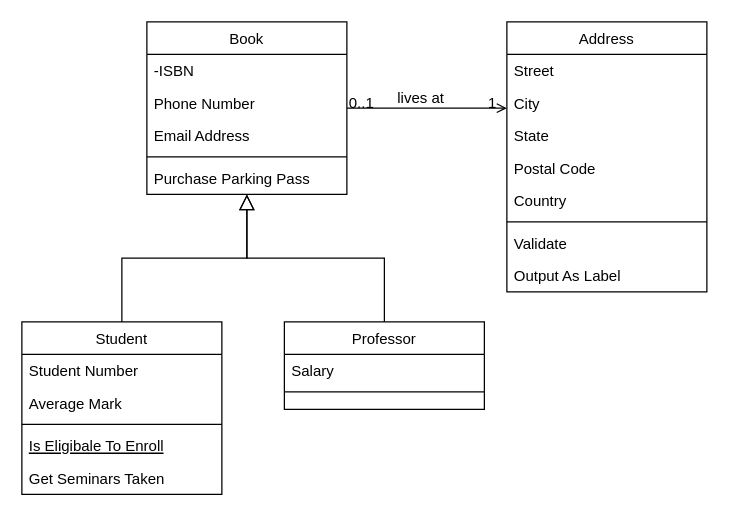
Before: Week2Q2.drawio in TanCheeHon/Week2ClassDiagram, a draw.io diagram. Source tidied: cells renumbered, new cells numbered last; positions are measured from the earlier drawing's top-left corner, leaving out a move shared by most shapes. Both pictures are drawn from the tidied source at 125%, with x=0, y=0 at pixel (21, 21).
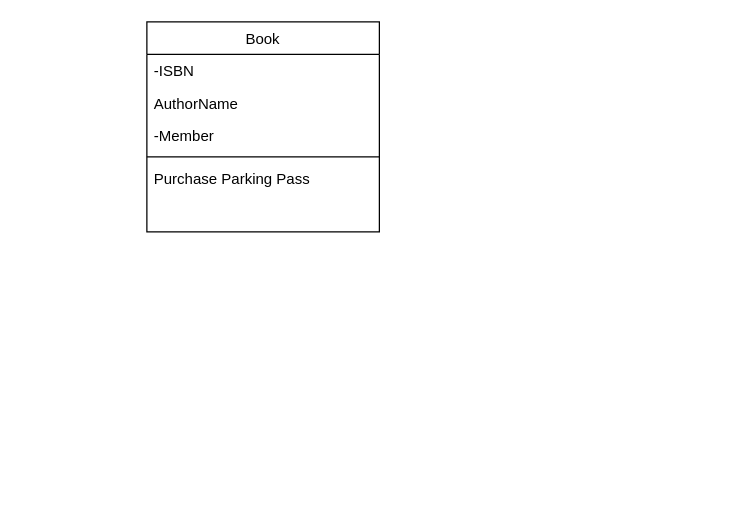
The same page after the edit.

Change to the diagram source:
```diff
@@
     <mxCell id="2" value="Book" style="swimlane;fontStyle=0;align=center;verticalAlign=top;horizontal=1;startSize=26;rounded=0;shadow=0;strokeWidth=1;" parent="1" vertex="1">
-      <mxGeometry x="100" width="160" height="138" as="geometry" />
+      <mxGeometry x="100" width="186" height="168" as="geometry" />
     </mxCell>
     <mxCell id="3" value="-ISBN" style="text;align=left;verticalAlign=top;spacingLeft=4;spacingRight=4;overflow=hidden;" parent="2" vertex="1">
-      <mxGeometry y="26" width="160" height="26" as="geometry" />
+      <mxGeometry y="26" width="186" height="26" as="geometry" />
     </mxCell>
-    <mxCell id="4" value="Phone Number" style="text;align=left;verticalAlign=top;spacingLeft=4;spacingRight=4;overflow=hidden;rounded=0;shadow=0;html=0;" parent="2" vertex="1">
-      <mxGeometry y="52" width="160" height="26" as="geometry" />
+    <mxCell id="4" value="AuthorName" style="text;align=left;verticalAlign=top;spacingLeft=4;spacingRight=4;overflow=hidden;rounded=0;shadow=0;html=0;" parent="2" vertex="1">
+      <mxGeometry y="52" width="186" height="26" as="geometry" />
     </mxCell>
-    <mxCell id="5" value="Email Address" style="text;align=left;verticalAlign=top;spacingLeft=4;spacingRight=4;overflow=hidden;rounded=0;shadow=0;html=0;" parent="2" vertex="1">
-      <mxGeometry y="78" width="160" height="26" as="geometry" />
+    <mxCell id="5" value="-Member&#10;" style="text;align=left;verticalAlign=top;spacingLeft=4;spacingRight=4;overflow=hidden;rounded=0;shadow=0;html=0;" parent="2" vertex="1">
+      <mxGeometry y="78" width="186" height="26" as="geometry" />
     </mxCell>
     <mxCell id="6" style="line;html=1;strokeWidth=1;align=left;verticalAlign=middle;spacingTop=-1;spacingLeft=3;spacingRight=3;labelPosition=right;" parent="2" vertex="1">
-      <mxGeometry y="104" width="160" height="8" as="geometry" />
+      <mxGeometry y="104" width="186" height="8" as="geometry" />
     </mxCell>
     <mxCell id="7" value="Purchase Parking Pass" style="text;align=left;verticalAlign=top;spacingLeft=4;spacingRight=4;overflow=hidden;" parent="2" vertex="1">
-      <mxGeometry y="112" width="160" height="26" as="geometry" />
+      <mxGeometry y="112" width="186" height="26" as="geometry" />
     </mxCell>
-    <mxCell id="8" value="Student" style="swimlane;fontStyle=0;align=center;verticalAlign=top;horizontal=1;startSize=26;rounded=0;shadow=0;strokeWidth=1;" parent="1" vertex="1">
-      <mxGeometry y="240" width="160" height="138" as="geometry" />
-    </mxCell>
-    <mxCell id="9" value="Student Number" style="text;align=left;verticalAlign=top;spacingLeft=4;spacingRight=4;overflow=hidden;" parent="8" vertex="1">
-      <mxGeometry y="26" width="160" height="26" as="geometry" />
-    </mxCell>
-    <mxCell id="10" value="Average Mark" style="text;align=left;verticalAlign=top;spacingLeft=4;spacingRight=4;overflow=hidden;rounded=0;shadow=0;html=0;" parent="8" vertex="1">
-      <mxGeometry y="52" width="160" height="26" as="geometry" />
-    </mxCell>
-    <mxCell id="11" style="line;html=1;strokeWidth=1;align=left;verticalAlign=middle;spacingTop=-1;spacingLeft=3;spacingRight=3;labelPosition=right;" parent="8" vertex="1">
-      <mxGeometry y="78" width="160" height="8" as="geometry" />
-    </mxCell>
-    <mxCell id="12" value="Is Eligibale To Enroll" style="text;align=left;verticalAlign=top;spacingLeft=4;spacingRight=4;overflow=hidden;fontStyle=4;" parent="8" vertex="1">
-      <mxGeometry y="86" width="160" height="26" as="geometry" />
-    </mxCell>
-    <mxCell id="13" value="Get Seminars Taken" style="text;align=left;verticalAlign=top;spacingLeft=4;spacingRight=4;overflow=hidden;" parent="8" vertex="1">
-      <mxGeometry y="112" width="160" height="26" as="geometry" />
-    </mxCell>
-    <mxCell id="14" style="endArrow=block;endSize=10;endFill=0;shadow=0;strokeWidth=1;rounded=0;edgeStyle=elbowEdgeStyle;elbow=vertical;" parent="1" edge="1" source="8" target="2">
-      <mxGeometry relative="1" as="geometry" />
-    </mxCell>
-    <mxCell id="15" value="Professor" style="swimlane;fontStyle=0;align=center;verticalAlign=top;horizontal=1;startSize=26;rounded=0;shadow=0;strokeWidth=1;" parent="1" vertex="1">
-      <mxGeometry x="210" y="240" width="160" height="70" as="geometry" />
-    </mxCell>
-    <mxCell id="16" value="Salary" style="text;align=left;verticalAlign=top;spacingLeft=4;spacingRight=4;overflow=hidden;" parent="15" vertex="1">
-      <mxGeometry y="26" width="160" height="26" as="geometry" />
-    </mxCell>
-    <mxCell id="17" style="line;html=1;strokeWidth=1;align=left;verticalAlign=middle;spacingTop=-1;spacingLeft=3;spacingRight=3;labelPosition=right;" parent="15" vertex="1">
-      <mxGeometry y="52" width="160" height="8" as="geometry" />
-    </mxCell>
-    <mxCell id="18" style="endArrow=block;endSize=10;endFill=0;shadow=0;strokeWidth=1;rounded=0;edgeStyle=elbowEdgeStyle;elbow=vertical;" parent="1" edge="1" source="15" target="2">
-      <mxGeometry relative="1" as="geometry" />
-    </mxCell>
-    <mxCell id="19" value="Address" style="swimlane;fontStyle=0;align=center;verticalAlign=top;horizontal=1;startSize=26;rounded=0;shadow=0;strokeWidth=1;" parent="1" vertex="1">
-      <mxGeometry x="388" width="160" height="216" as="geometry" />
-    </mxCell>
-    <mxCell id="20" value="Street" style="text;align=left;verticalAlign=top;spacingLeft=4;spacingRight=4;overflow=hidden;" parent="19" vertex="1">
-      <mxGeometry y="26" width="160" height="26" as="geometry" />
-    </mxCell>
-    <mxCell id="21" value="City" style="text;align=left;verticalAlign=top;spacingLeft=4;spacingRight=4;overflow=hidden;rounded=0;shadow=0;html=0;" parent="19" vertex="1">
-      <mxGeometry y="52" width="160" height="26" as="geometry" />
-    </mxCell>
-    <mxCell id="22" value="State" style="text;align=left;verticalAlign=top;spacingLeft=4;spacingRight=4;overflow=hidden;rounded=0;shadow=0;html=0;" parent="19" vertex="1">
-      <mxGeometry y="78" width="160" height="26" as="geometry" />
-    </mxCell>
-    <mxCell id="23" value="Postal Code" style="text;align=left;verticalAlign=top;spacingLeft=4;spacingRight=4;overflow=hidden;rounded=0;shadow=0;html=0;" parent="19" vertex="1">
-      <mxGeometry y="104" width="160" height="26" as="geometry" />
-    </mxCell>
-    <mxCell id="24" value="Country" style="text;align=left;verticalAlign=top;spacingLeft=4;spacingRight=4;overflow=hidden;rounded=0;shadow=0;html=0;" parent="19" vertex="1">
-      <mxGeometry y="130" width="160" height="26" as="geometry" />
-    </mxCell>
-    <mxCell id="25" style="line;html=1;strokeWidth=1;align=left;verticalAlign=middle;spacingTop=-1;spacingLeft=3;spacingRight=3;labelPosition=right;" parent="19" vertex="1">
-      <mxGeometry y="156" width="160" height="8" as="geometry" />
-    </mxCell>
-    <mxCell id="26" value="Validate" style="text;align=left;verticalAlign=top;spacingLeft=4;spacingRight=4;overflow=hidden;" parent="19" vertex="1">
-      <mxGeometry y="164" width="160" height="26" as="geometry" />
-    </mxCell>
-    <mxCell id="27" value="Output As Label" style="text;align=left;verticalAlign=top;spacingLeft=4;spacingRight=4;overflow=hidden;" parent="19" vertex="1">
-      <mxGeometry y="190" width="160" height="26" as="geometry" />
-    </mxCell>
-    <mxCell id="28" style="endArrow=open;shadow=0;strokeWidth=1;rounded=0;endFill=1;edgeStyle=elbowEdgeStyle;elbow=vertical;" parent="1" edge="1" source="2" target="19">
-      <mxGeometry x="0.5" y="41" relative="1" as="geometry">
-        <mxPoint x="-40" y="32" as="offset" />
-      </mxGeometry>
-    </mxCell>
-    <mxCell id="29" value="0..1" style="align=left;verticalAlign=bottom;labelBackgroundColor=none;fontSize=12;" parent="28" vertex="1">
-      <mxGeometry x="-1" relative="1" as="geometry">
-        <mxPoint y="4" as="offset" />
-      </mxGeometry>
-    </mxCell>
-    <mxCell id="30" value="1" style="align=right;verticalAlign=bottom;labelBackgroundColor=none;fontSize=12;" parent="28" vertex="1">
-      <mxGeometry x="1" relative="1" as="geometry">
-        <mxPoint x="-7" y="4" as="offset" />
-      </mxGeometry>
-    </mxCell>
-    <mxCell id="31" value="lives at" style="text;html=1;align=center;verticalAlign=middle;labelBackgroundColor=none;rounded=0;shadow=0;strokeWidth=1;fontSize=12;" parent="28" vertex="1">
-      <mxGeometry x="0.5" y="49" relative="1" as="geometry">
-        <mxPoint x="-38" y="40" as="offset" />
-      </mxGeometry>
-    </mxCell>
```
